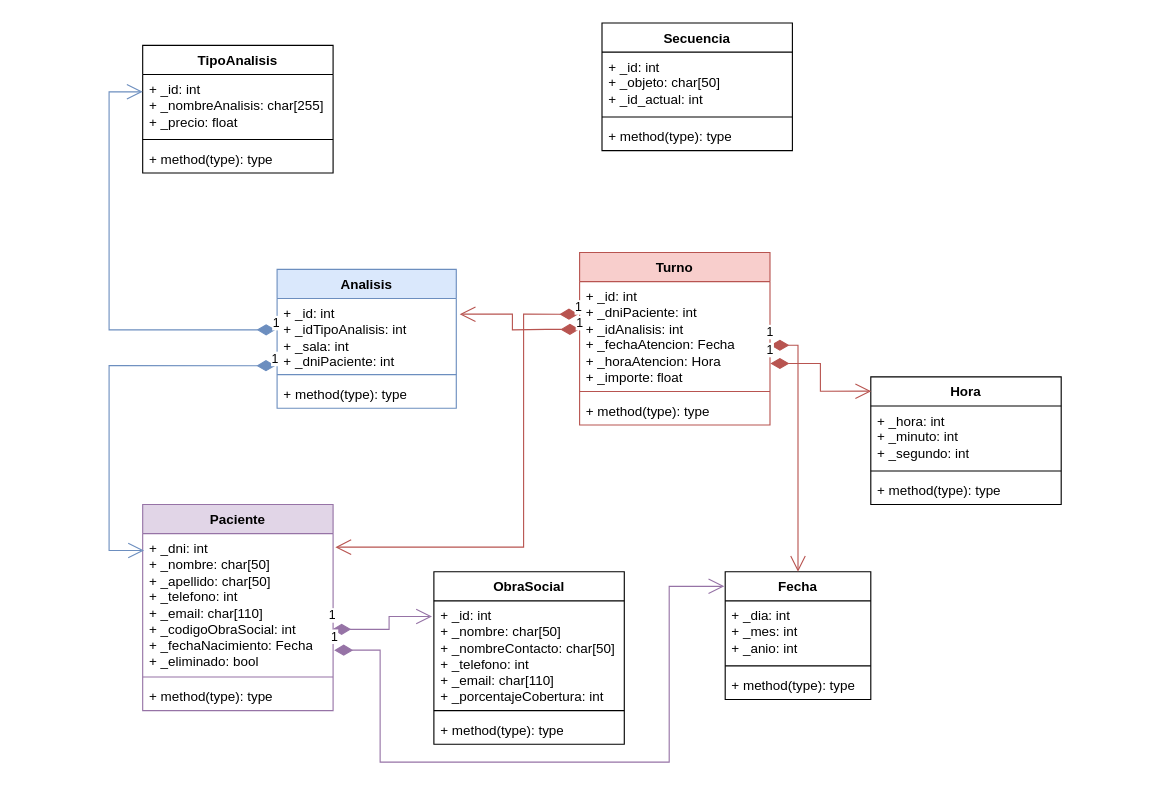
ramitules/Grupo01_TPI keeps this draw.io diagram as docs/DiagramaDeClases.drawio. Above is the earlier version. Source tidied: cells renumbered, new cells numbered last; positions are measured from the earlier drawing's top-left corner, leaving out a move shared by most shapes. Both pictures are drawn from the tidied source at 112%, with x=0, y=0 at pixel (109, 22).
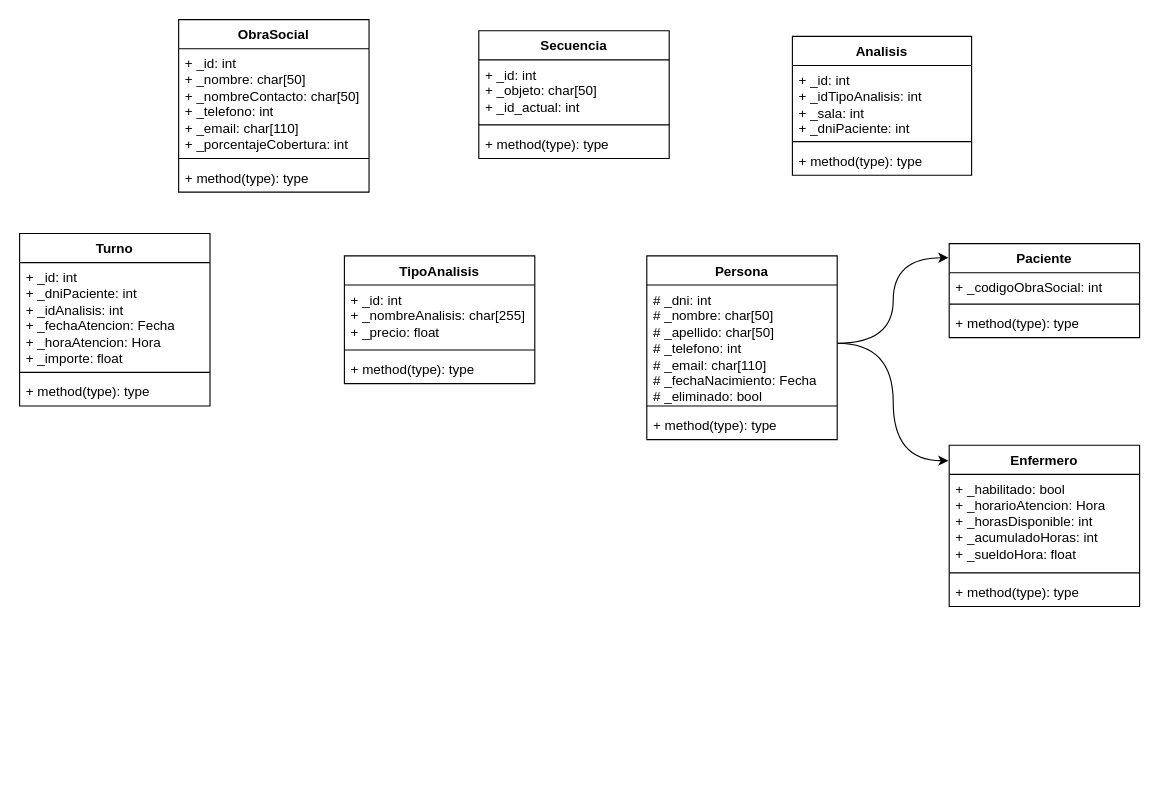
After the change.

Commit message:
Diagrama completado con las clases mas importantes

The change refers to these unchanged cells:
```xml
<mxCell id="3" value="+ _id: int&lt;div&gt;+ _idTipoAnalisis: int&lt;/div&gt;&lt;div&gt;+ _sala: int&lt;/div&gt;&lt;div&gt;+ _dniPaciente: int&lt;/div&gt;" style="text;strokeColor=none;fillColor=none;align=left;verticalAlign=top;spacingLeft=4;spacingRight=4;overflow=hidden;points=[[0,0.5],[1,0.5]];portConstraint=eastwest;whiteSpace=wrap;html=1;" parent="2" vertex="1">
  <mxGeometry y="26" width="160" height="64" as="geometry" />
</mxCell>
<mxCell id="7" value="+ _id: int&lt;div&gt;+ _nombreAnalisis: char[255]&lt;/div&gt;&lt;div&gt;+ _precio: float&lt;/div&gt;" style="text;strokeColor=none;fillColor=none;align=left;verticalAlign=top;spacingLeft=4;spacingRight=4;overflow=hidden;points=[[0,0.5],[1,0.5]];portConstraint=eastwest;whiteSpace=wrap;html=1;" parent="6" vertex="1">
  <mxGeometry y="26" width="170" height="54" as="geometry" />
</mxCell>
<mxCell id="27" value="+ _id: int&lt;div&gt;+ _dniPaciente: int&lt;/div&gt;&lt;div&gt;&lt;div&gt;+ _idAnalisis: int&lt;/div&gt;&lt;div&gt;&lt;span style=&quot;background-color: transparent; color: light-dark(rgb(0, 0, 0), rgb(255, 255, 255));&quot;&gt;+ _fechaAtencion: Fecha&lt;/span&gt;&lt;/div&gt;&lt;/div&gt;&lt;div&gt;+ _horaAtencion: Hora&lt;/div&gt;&lt;div&gt;+ _importe: float&lt;br&gt;&lt;/div&gt;" style="text;strokeColor=none;fillColor=none;align=left;verticalAlign=top;spacingLeft=4;spacingRight=4;overflow=hidden;points=[[0,0.5],[1,0.5]];portConstraint=eastwest;whiteSpace=wrap;html=1;" parent="26" vertex="1">
  <mxGeometry y="26" width="170" height="94" as="geometry" />
</mxCell>
<mxCell id="33" value="+ _id: int&lt;div&gt;+ _nombre: char[50]&lt;/div&gt;&lt;div&gt;+ _nombreContacto: char[50]&lt;/div&gt;&lt;div&gt;+ _telefono: int&lt;/div&gt;&lt;div&gt;+ _email: char[110]&lt;/div&gt;&lt;div&gt;+ _porcentajeCobertura: int&lt;/div&gt;" style="text;strokeColor=none;fillColor=none;align=left;verticalAlign=top;spacingLeft=4;spacingRight=4;overflow=hidden;points=[[0,0.5],[1,0.5]];portConstraint=eastwest;whiteSpace=wrap;html=1;" parent="32" vertex="1">
  <mxGeometry y="26" width="170" height="94" as="geometry" />
</mxCell>
```

The edit, as a diff of the source:
```diff
@@
-    <mxCell id="2" value="Analisis" style="swimlane;fontStyle=1;align=center;verticalAlign=top;horizontal=1;startSize=26;whiteSpace=wrap;html=1;fillColor=#dae8fc;strokeColor=#6c8ebf;" parent="1" vertex="1">
-      <mxGeometry x="149.9" y="220" width="160" height="124" as="geometry" />
+    <mxCell id="2" value="Analisis" style="swimlane;fontStyle=1;align=center;verticalAlign=top;horizontal=1;startSize=26;whiteSpace=wrap;html=1;" parent="1" vertex="1">
+      <mxGeometry x="610" y="12" width="160" height="124" as="geometry" />
     </mxCell>
@@
     <mxCell id="6" value="TipoAnalisis" style="swimlane;fontStyle=1;align=center;verticalAlign=top;horizontal=1;startSize=26;whiteSpace=wrap;html=1;" parent="1" vertex="1">
-      <mxGeometry x="29.9" y="20" width="170" height="114" as="geometry" />
+      <mxGeometry x="210" y="208" width="170" height="114" as="geometry" />
     </mxCell>
@@
     <mxCell id="10" value="Secuencia" style="swimlane;fontStyle=1;align=center;verticalAlign=top;horizontal=1;startSize=26;whiteSpace=wrap;html=1;" parent="1" vertex="1">
-      <mxGeometry x="440" width="170" height="114" as="geometry" />
+      <mxGeometry x="330" y="7" width="170" height="114" as="geometry" />
     </mxCell>
@@
-    <mxCell id="14" value="Paciente" style="swimlane;fontStyle=1;align=center;verticalAlign=top;horizontal=1;startSize=26;whiteSpace=wrap;html=1;fillColor=#e1d5e7;strokeColor=#9673a6;" parent="1" vertex="1">
-      <mxGeometry x="29.9" y="430" width="170" height="184" as="geometry" />
+    <mxCell id="14" value="Paciente" style="swimlane;fontStyle=1;align=center;verticalAlign=top;horizontal=1;startSize=26;whiteSpace=wrap;html=1;" parent="1" vertex="1">
+      <mxGeometry x="750" y="197" width="170" height="84" as="geometry" />
     </mxCell>
-    <mxCell id="15" value="+ _dni: int&lt;div&gt;+ _nombre: char[50]&lt;/div&gt;&lt;div&gt;&lt;div&gt;+ _apellido: char[50]&lt;/div&gt;&lt;/div&gt;&lt;div&gt;+ _telefono: int&lt;/div&gt;&lt;div&gt;+ _email: char[110]&lt;/div&gt;&lt;div&gt;+ _codigoObraSocial: int&lt;/div&gt;&lt;div&gt;+ _fechaNacimiento: Fecha&lt;/div&gt;&lt;div&gt;+ _eliminado: bool&lt;/div&gt;" style="text;strokeColor=none;fillColor=none;align=left;verticalAlign=top;spacingLeft=4;spacingRight=4;overflow=hidden;points=[[0,0.5],[1,0.5]];portConstraint=eastwest;whiteSpace=wrap;html=1;" parent="14" vertex="1">
-      <mxGeometry y="26" width="170" height="124" as="geometry" />
+    <mxCell id="15" value="+ _codigoObraSocial: int" style="text;strokeColor=none;fillColor=none;align=left;verticalAlign=top;spacingLeft=4;spacingRight=4;overflow=hidden;points=[[0,0.5],[1,0.5]];portConstraint=eastwest;whiteSpace=wrap;html=1;" parent="14" vertex="1">
+      <mxGeometry y="26" width="170" height="24" as="geometry" />
     </mxCell>
     <mxCell id="16" style="line;strokeWidth=1;fillColor=none;align=left;verticalAlign=middle;spacingTop=-1;spacingLeft=3;spacingRight=3;labelPosition=right;strokeColor=inherit;" parent="14" vertex="1">
-      <mxGeometry y="150" width="170" height="8" as="geometry" />
+      <mxGeometry y="50" width="170" height="8" as="geometry" />
     </mxCell>
     <mxCell id="17" value="+ method(type): type" style="text;strokeColor=none;fillColor=none;align=left;verticalAlign=top;spacingLeft=4;spacingRight=4;overflow=hidden;whiteSpace=wrap;html=1;" parent="14" vertex="1">
-      <mxGeometry y="158" width="170" height="26" as="geometry" />
+      <mxGeometry y="58" width="170" height="26" as="geometry" />
     </mxCell>
-    <mxCell id="18" value="Hora" style="swimlane;fontStyle=1;align=center;verticalAlign=top;horizontal=1;startSize=26;whiteSpace=wrap;html=1;" parent="1" vertex="1">
-      <mxGeometry x="680" y="316" width="170" height="114" as="geometry" />
-    </mxCell>
-    <mxCell id="19" value="+ _hora: int&lt;div&gt;+ _minuto: int&lt;/div&gt;&lt;div&gt;&lt;div&gt;+ _segundo: int&lt;/div&gt;&lt;/div&gt;" style="text;strokeColor=none;fillColor=none;align=left;verticalAlign=top;spacingLeft=4;spacingRight=4;overflow=hidden;whiteSpace=wrap;html=1;" parent="18" vertex="1">
-      <mxGeometry y="26" width="170" height="54" as="geometry" />
-    </mxCell>
-    <mxCell id="20" style="line;strokeWidth=1;fillColor=none;align=left;verticalAlign=middle;spacingTop=-1;spacingLeft=3;spacingRight=3;labelPosition=right;strokeColor=inherit;" parent="18" vertex="1">
-      <mxGeometry y="80" width="170" height="8" as="geometry" />
-    </mxCell>
-    <mxCell id="21" value="+ method(type): type" style="text;strokeColor=none;fillColor=none;align=left;verticalAlign=top;spacingLeft=4;spacingRight=4;overflow=hidden;whiteSpace=wrap;html=1;" parent="18" vertex="1">
-      <mxGeometry y="88" width="170" height="26" as="geometry" />
-    </mxCell>
-    <mxCell id="22" value="Fecha" style="swimlane;fontStyle=1;align=center;verticalAlign=top;horizontal=1;startSize=26;whiteSpace=wrap;html=1;" parent="1" vertex="1">
-      <mxGeometry x="550" y="490" width="130" height="114" as="geometry" />
-    </mxCell>
-    <mxCell id="23" value="+ _dia: int&lt;div&gt;+ _mes: int&lt;/div&gt;&lt;div&gt;&lt;div&gt;+ _anio: int&lt;/div&gt;&lt;/div&gt;" style="text;strokeColor=none;fillColor=none;align=left;verticalAlign=top;spacingLeft=4;spacingRight=4;overflow=hidden;whiteSpace=wrap;html=1;" parent="22" vertex="1">
-      <mxGeometry y="26" width="130" height="54" as="geometry" />
-    </mxCell>
-    <mxCell id="24" style="line;strokeWidth=1;fillColor=none;align=left;verticalAlign=middle;spacingTop=-1;spacingLeft=3;spacingRight=3;labelPosition=right;strokeColor=inherit;" parent="22" vertex="1">
-      <mxGeometry y="80" width="130" height="8" as="geometry" />
-    </mxCell>
-    <mxCell id="25" value="+ method(type): type" style="text;strokeColor=none;fillColor=none;align=left;verticalAlign=top;spacingLeft=4;spacingRight=4;overflow=hidden;whiteSpace=wrap;html=1;" parent="22" vertex="1">
-      <mxGeometry y="88" width="130" height="26" as="geometry" />
-    </mxCell>
-    <mxCell id="26" value="Turno" style="swimlane;fontStyle=1;align=center;verticalAlign=top;horizontal=1;startSize=26;whiteSpace=wrap;html=1;fillColor=#f8cecc;strokeColor=#b85450;" parent="1" vertex="1">
-      <mxGeometry x="420" y="205" width="170" height="154" as="geometry" />
+    <mxCell id="26" value="Turno" style="swimlane;fontStyle=1;align=center;verticalAlign=top;horizontal=1;startSize=26;whiteSpace=wrap;html=1;" parent="1" vertex="1">
+      <mxGeometry x="-80" y="188" width="170" height="154" as="geometry" />
     </mxCell>
@@
-    <mxCell id="30" value="1" style="endArrow=open;html=1;endSize=12;startArrow=diamondThin;startSize=14;startFill=1;edgeStyle=orthogonalEdgeStyle;align=center;verticalAlign=bottom;rounded=0;exitX=-0.008;exitY=0.438;exitDx=0;exitDy=0;exitPerimeter=0;entryX=0;entryY=0.287;entryDx=0;entryDy=0;entryPerimeter=0;labelPosition=center;verticalLabelPosition=top;fillColor=#dae8fc;strokeColor=#6c8ebf;" parent="1" edge="1" source="3" target="7">
-      <mxGeometry x="-1" y="3" relative="1" as="geometry">
-        <Array as="points">
-          <mxPoint x="-0.1" y="274" />
-          <mxPoint x="-0.1" y="61" />
-          <mxPoint x="29.9" y="61" />
-        </Array>
-      </mxGeometry>
-    </mxCell>
-    <mxCell id="31" value="1" style="endArrow=open;html=1;endSize=12;startArrow=diamondThin;startSize=14;startFill=1;edgeStyle=orthogonalEdgeStyle;align=center;verticalAlign=bottom;rounded=0;exitX=-0.009;exitY=0.938;exitDx=0;exitDy=0;exitPerimeter=0;entryX=0.007;entryY=0.121;entryDx=0;entryDy=0;entryPerimeter=0;labelPosition=center;verticalLabelPosition=top;fillColor=#dae8fc;strokeColor=#6c8ebf;" parent="1" edge="1" source="3" target="15">
-      <mxGeometry x="-1" y="3" relative="1" as="geometry">
-        <Array as="points">
-          <mxPoint x="-0.1" y="306" />
-          <mxPoint x="-0.1" y="471" />
-        </Array>
-      </mxGeometry>
-    </mxCell>
     <mxCell id="32" value="ObraSocial" style="swimlane;fontStyle=1;align=center;verticalAlign=top;horizontal=1;startSize=26;whiteSpace=wrap;html=1;" parent="1" vertex="1">
-      <mxGeometry x="289.9" y="490" width="170" height="154" as="geometry" />
+      <mxGeometry x="62" y="-3" width="170" height="154" as="geometry" />
     </mxCell>
@@
-    <mxCell id="36" value="1" style="endArrow=open;html=1;endSize=12;startArrow=diamondThin;startSize=14;startFill=1;edgeStyle=orthogonalEdgeStyle;align=center;verticalAlign=bottom;rounded=0;exitX=-0.006;exitY=0.309;exitDx=0;exitDy=0;exitPerimeter=0;entryX=1.012;entryY=0.097;entryDx=0;entryDy=0;entryPerimeter=0;labelPosition=center;verticalLabelPosition=top;fillColor=#f8cecc;strokeColor=#b85450;" parent="1" edge="1" source="27" target="15">
-      <mxGeometry x="-1" y="3" relative="1" as="geometry">
-        <Array as="points">
-          <mxPoint x="370" y="260" />
-          <mxPoint x="370" y="468" />
-        </Array>
-      </mxGeometry>
-    </mxCell>
-    <mxCell id="37" value="1" style="endArrow=open;html=1;endSize=12;startArrow=diamondThin;startSize=14;startFill=1;edgeStyle=orthogonalEdgeStyle;align=center;verticalAlign=bottom;rounded=0;exitX=-0.001;exitY=0.453;exitDx=0;exitDy=0;entryX=1.019;entryY=0.219;entryDx=0;entryDy=0;entryPerimeter=0;labelPosition=center;verticalLabelPosition=top;exitPerimeter=0;fillColor=#f8cecc;strokeColor=#b85450;" parent="1" edge="1" source="27" target="3">
-      <mxGeometry x="-1" y="3" relative="1" as="geometry">
-        <Array as="points">
-          <mxPoint x="390" y="274" />
-          <mxPoint x="360" y="274" />
-          <mxPoint x="360" y="260" />
-        </Array>
-      </mxGeometry>
-    </mxCell>
-    <mxCell id="38" value="1" style="endArrow=open;html=1;endSize=12;startArrow=diamondThin;startSize=14;startFill=1;edgeStyle=orthogonalEdgeStyle;align=center;verticalAlign=bottom;rounded=0;exitX=0.995;exitY=0.689;exitDx=0;exitDy=0;labelPosition=center;verticalLabelPosition=top;exitPerimeter=0;entryX=-0.01;entryY=0.148;entryDx=0;entryDy=0;entryPerimeter=0;fillColor=#e1d5e7;strokeColor=#9673a6;" parent="1" edge="1" source="15" target="33">
-      <mxGeometry x="-1" y="3" relative="1" as="geometry">
-        <Array as="points">
-          <mxPoint x="249.9" y="541" />
-          <mxPoint x="249.9" y="530" />
-        </Array>
-      </mxGeometry>
-    </mxCell>
-    <mxCell id="39" value="1" style="endArrow=open;html=1;endSize=12;startArrow=diamondThin;startSize=14;startFill=1;edgeStyle=orthogonalEdgeStyle;align=center;verticalAlign=bottom;rounded=0;exitX=0.995;exitY=0.689;exitDx=0;exitDy=0;labelPosition=center;verticalLabelPosition=top;exitPerimeter=0;entryX=-0.006;entryY=0.114;entryDx=0;entryDy=0;entryPerimeter=0;fillColor=#e1d5e7;strokeColor=#9673a6;" parent="1" edge="1" target="22">
-      <mxGeometry x="-1" y="3" relative="1" as="geometry">
-        <mxPoint x="200.9" y="560" as="sourcePoint" />
-        <Array as="points">
-          <mxPoint x="241.9" y="560" />
-          <mxPoint x="241.9" y="660" />
-          <mxPoint x="500" y="660" />
-          <mxPoint x="500" y="503" />
-        </Array>
-      </mxGeometry>
-    </mxCell>
-    <mxCell id="40" value="1" style="endArrow=open;html=1;endSize=12;startArrow=diamondThin;startSize=14;startFill=1;edgeStyle=orthogonalEdgeStyle;align=center;verticalAlign=bottom;rounded=0;exitX=1.002;exitY=0.604;exitDx=0;exitDy=0;exitPerimeter=0;entryX=0.5;entryY=0;entryDx=0;entryDy=0;labelPosition=center;verticalLabelPosition=top;fillColor=#f8cecc;strokeColor=#b85450;" parent="1" edge="1" source="27" target="22">
-      <mxGeometry x="-1" y="3" relative="1" as="geometry">
-        <Array as="points">
-          <mxPoint x="615" y="288" />
-        </Array>
-      </mxGeometry>
-    </mxCell>
-    <mxCell id="41" value="1" style="endArrow=open;html=1;endSize=12;startArrow=diamondThin;startSize=14;startFill=1;edgeStyle=orthogonalEdgeStyle;align=center;verticalAlign=bottom;rounded=0;exitX=1.002;exitY=0.777;exitDx=0;exitDy=0;exitPerimeter=0;labelPosition=center;verticalLabelPosition=top;entryX=0.002;entryY=0.112;entryDx=0;entryDy=0;entryPerimeter=0;fillColor=#f8cecc;strokeColor=#b85450;" parent="1" edge="1" source="27" target="18">
-      <mxGeometry x="-1" y="3" relative="1" as="geometry">
-        <Array as="points">
-          <mxPoint x="635" y="304" />
-          <mxPoint x="635" y="329" />
-        </Array>
-      </mxGeometry>
-    </mxCell>
+    <mxCell id="42" value="Enfermero" style="swimlane;fontStyle=1;align=center;verticalAlign=top;horizontal=1;startSize=26;whiteSpace=wrap;html=1;" parent="1" vertex="1">
+      <mxGeometry x="750" y="377" width="170" height="144" as="geometry" />
+    </mxCell>
+    <mxCell id="43" value="+ _habilitado: bool&lt;div&gt;+ _horarioAtencion: Hora&lt;/div&gt;&lt;div&gt;+ _horasDisponible: int&lt;/div&gt;&lt;div&gt;+ _acumuladoHoras: int&lt;/div&gt;&lt;div&gt;+ _sueldoHora: float&lt;/div&gt;" style="text;strokeColor=none;fillColor=none;align=left;verticalAlign=top;spacingLeft=4;spacingRight=4;overflow=hidden;whiteSpace=wrap;html=1;" parent="42" vertex="1">
+      <mxGeometry y="26" width="170" height="84" as="geometry" />
+    </mxCell>
+    <mxCell id="44" style="line;strokeWidth=1;fillColor=none;align=left;verticalAlign=middle;spacingTop=-1;spacingLeft=3;spacingRight=3;labelPosition=right;strokeColor=inherit;" parent="42" vertex="1">
+      <mxGeometry y="110" width="170" height="8" as="geometry" />
+    </mxCell>
+    <mxCell id="45" value="+ method(type): type" style="text;strokeColor=none;fillColor=none;align=left;verticalAlign=top;spacingLeft=4;spacingRight=4;overflow=hidden;whiteSpace=wrap;html=1;" parent="42" vertex="1">
+      <mxGeometry y="118" width="170" height="26" as="geometry" />
+    </mxCell>
+    <mxCell id="46" value="Persona" style="swimlane;fontStyle=1;align=center;verticalAlign=top;horizontal=1;startSize=26;whiteSpace=wrap;html=1;" parent="1" vertex="1">
+      <mxGeometry x="480" y="208" width="170" height="164" as="geometry" />
+    </mxCell>
+    <mxCell id="47" value="# _dni: int&lt;div&gt;# _nombre: char[50]&lt;/div&gt;&lt;div&gt;&lt;div&gt;# _apellido: char[50]&lt;/div&gt;&lt;/div&gt;&lt;div&gt;# _telefono: int&lt;/div&gt;&lt;div&gt;# _email: char[110]&lt;/div&gt;&lt;div&gt;# _fechaNacimiento: Fecha&lt;/div&gt;&lt;div&gt;# _eliminado: bool&lt;/div&gt;" style="text;strokeColor=none;fillColor=none;align=left;verticalAlign=top;spacingLeft=4;spacingRight=4;overflow=hidden;points=[[0,0.5],[1,0.5]];portConstraint=eastwest;whiteSpace=wrap;html=1;" parent="46" vertex="1">
+      <mxGeometry y="26" width="170" height="104" as="geometry" />
+    </mxCell>
+    <mxCell id="48" style="line;strokeWidth=1;fillColor=none;align=left;verticalAlign=middle;spacingTop=-1;spacingLeft=3;spacingRight=3;labelPosition=right;strokeColor=inherit;" parent="46" vertex="1">
+      <mxGeometry y="130" width="170" height="8" as="geometry" />
+    </mxCell>
+    <mxCell id="49" value="+ method(type): type" style="text;strokeColor=none;fillColor=none;align=left;verticalAlign=top;spacingLeft=4;spacingRight=4;overflow=hidden;whiteSpace=wrap;html=1;" parent="46" vertex="1">
+      <mxGeometry y="138" width="170" height="26" as="geometry" />
+    </mxCell>
+    <mxCell id="50" style="edgeStyle=orthogonalEdgeStyle;rounded=0;jettySize=auto;html=1;entryX=-0.004;entryY=0.15;entryDx=0;entryDy=0;entryPerimeter=0;curved=1;" parent="1" edge="1" source="47" target="14">
+      <mxGeometry relative="1" as="geometry" />
+    </mxCell>
+    <mxCell id="51" style="edgeStyle=orthogonalEdgeStyle;rounded=0;jettySize=auto;html=1;entryX=-0.004;entryY=0.096;entryDx=0;entryDy=0;entryPerimeter=0;curved=1;" parent="1" edge="1" source="47" target="42">
+      <mxGeometry relative="1" as="geometry" />
+    </mxCell>
```
